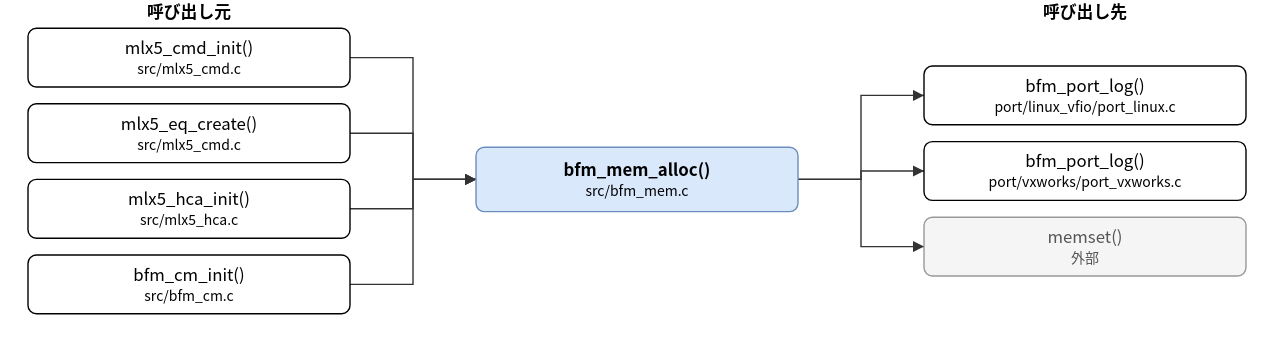
Above: doc/spec/images/call_src_bfm_mem-bfm_mem_alloc.drawio.svg in hf355051012-ai/bfmem (draw.io), before the change. Source tidied: cells renumbered, new cells last; positions are measured from the earlier drawing's top-left corner, leaving out a move shared by most shapes. Source of this version:
```xml
<mxGraphModel>
  <root>
    <mxCell id="0" />
    <mxCell id="1" parent="0" />
    <mxCell id="2" value="bfm_mem_alloc()&lt;br&gt;&lt;font style=&quot;font-size:10px&quot;&gt;src/bfm_mem.c&lt;/font&gt;" style="rounded=1;whiteSpace=wrap;html=1;fillColor=#dae8fc;strokeColor=#6c8ebf;fontStyle=1;" parent="1" vertex="1">
      <mxGeometry x="320" y="105" width="230" height="46" as="geometry" />
    </mxCell>
    <mxCell id="3" value="mlx5_cmd_init()&lt;br&gt;&lt;font style=&quot;font-size:10px&quot;&gt;src/mlx5_cmd.c&lt;/font&gt;" style="rounded=1;whiteSpace=wrap;html=1;" parent="1" vertex="1">
      <mxGeometry y="20" width="230" height="42" as="geometry" />
    </mxCell>
    <mxCell id="4" value="mlx5_eq_create()&lt;br&gt;&lt;font style=&quot;font-size:10px&quot;&gt;src/mlx5_cmd.c&lt;/font&gt;" style="rounded=1;whiteSpace=wrap;html=1;" parent="1" vertex="1">
      <mxGeometry y="74" width="230" height="42" as="geometry" />
    </mxCell>
    <mxCell id="5" value="mlx5_hca_init()&lt;br&gt;&lt;font style=&quot;font-size:10px&quot;&gt;src/mlx5_hca.c&lt;/font&gt;" style="rounded=1;whiteSpace=wrap;html=1;" parent="1" vertex="1">
      <mxGeometry y="128" width="230" height="42" as="geometry" />
    </mxCell>
    <mxCell id="6" value="bfm_cm_init()&lt;br&gt;&lt;font style=&quot;font-size:10px&quot;&gt;src/bfm_cm.c&lt;/font&gt;" style="rounded=1;whiteSpace=wrap;html=1;" parent="1" vertex="1">
      <mxGeometry y="182" width="230" height="42" as="geometry" />
    </mxCell>
    <mxCell id="7" value="bfm_port_log()&lt;br&gt;&lt;font style=&quot;font-size:10px&quot;&gt;port/linux_vfio/port_linux.c&lt;/font&gt;" style="rounded=1;whiteSpace=wrap;html=1;" parent="1" vertex="1">
      <mxGeometry x="640" y="47" width="230" height="42" as="geometry" />
    </mxCell>
    <mxCell id="8" value="bfm_port_log()&lt;br&gt;&lt;font style=&quot;font-size:10px&quot;&gt;port/vxworks/port_vxworks.c&lt;/font&gt;" style="rounded=1;whiteSpace=wrap;html=1;" parent="1" vertex="1">
      <mxGeometry x="640" y="101" width="230" height="42" as="geometry" />
    </mxCell>
    <mxCell id="9" value="memset()&lt;br&gt;&lt;font style=&quot;font-size:10px&quot;&gt;外部&lt;/font&gt;" style="rounded=1;whiteSpace=wrap;html=1;fillColor=#f5f5f5;strokeColor=#999999;fontColor=#555555;" parent="1" vertex="1">
      <mxGeometry x="640" y="155" width="230" height="42" as="geometry" />
    </mxCell>
    <mxCell id="10" style="edgeStyle=none;html=1;rounded=0;endArrow=block;endFill=1;exitX=1.0000;exitY=0.5000;exitDx=0;exitDy=0;exitPerimeter=0;entryX=0.0000;entryY=0.5000;entryDx=0;entryDy=0;entryPerimeter=0;" parent="1" edge="1" source="3" target="2">
      <mxGeometry relative="1" as="geometry">
        <Array as="points">
          <mxPoint x="275" y="41" />
          <mxPoint x="275" y="128" />
        </Array>
      </mxGeometry>
    </mxCell>
    <mxCell id="11" style="edgeStyle=none;html=1;rounded=0;endArrow=block;endFill=1;exitX=1.0000;exitY=0.5000;exitDx=0;exitDy=0;exitPerimeter=0;entryX=0.0000;entryY=0.5000;entryDx=0;entryDy=0;entryPerimeter=0;" parent="1" edge="1" source="4" target="2">
      <mxGeometry relative="1" as="geometry">
        <Array as="points">
          <mxPoint x="275" y="95" />
          <mxPoint x="275" y="128" />
        </Array>
      </mxGeometry>
    </mxCell>
    <mxCell id="12" style="edgeStyle=none;html=1;rounded=0;endArrow=block;endFill=1;exitX=1.0000;exitY=0.5000;exitDx=0;exitDy=0;exitPerimeter=0;entryX=0.0000;entryY=0.5000;entryDx=0;entryDy=0;entryPerimeter=0;" parent="1" edge="1" source="5" target="2">
      <mxGeometry relative="1" as="geometry">
        <Array as="points">
          <mxPoint x="275" y="149" />
          <mxPoint x="275" y="128" />
        </Array>
      </mxGeometry>
    </mxCell>
    <mxCell id="13" style="edgeStyle=none;html=1;rounded=0;endArrow=block;endFill=1;exitX=1.0000;exitY=0.5000;exitDx=0;exitDy=0;exitPerimeter=0;entryX=0.0000;entryY=0.5000;entryDx=0;entryDy=0;entryPerimeter=0;" parent="1" edge="1" source="6" target="2">
      <mxGeometry relative="1" as="geometry">
        <Array as="points">
          <mxPoint x="275" y="203" />
          <mxPoint x="275" y="128" />
        </Array>
      </mxGeometry>
    </mxCell>
    <mxCell id="14" style="edgeStyle=none;html=1;rounded=0;endArrow=block;endFill=1;exitX=1.0000;exitY=0.5000;exitDx=0;exitDy=0;exitPerimeter=0;entryX=0.0000;entryY=0.5000;entryDx=0;entryDy=0;entryPerimeter=0;" parent="1" edge="1" source="2" target="7">
      <mxGeometry relative="1" as="geometry">
        <Array as="points">
          <mxPoint x="595" y="128" />
          <mxPoint x="595" y="68" />
        </Array>
      </mxGeometry>
    </mxCell>
    <mxCell id="15" style="edgeStyle=none;html=1;rounded=0;endArrow=block;endFill=1;exitX=1.0000;exitY=0.5000;exitDx=0;exitDy=0;exitPerimeter=0;entryX=0.0000;entryY=0.5000;entryDx=0;entryDy=0;entryPerimeter=0;" parent="1" edge="1" source="2" target="8">
      <mxGeometry relative="1" as="geometry">
        <Array as="points">
          <mxPoint x="595" y="128" />
          <mxPoint x="595" y="122" />
        </Array>
      </mxGeometry>
    </mxCell>
    <mxCell id="16" style="edgeStyle=none;html=1;rounded=0;endArrow=block;endFill=1;exitX=1.0000;exitY=0.5000;exitDx=0;exitDy=0;exitPerimeter=0;entryX=0.0000;entryY=0.5000;entryDx=0;entryDy=0;entryPerimeter=0;" parent="1" edge="1" source="2" target="9">
      <mxGeometry relative="1" as="geometry">
        <Array as="points">
          <mxPoint x="595" y="128" />
          <mxPoint x="595" y="176" />
        </Array>
      </mxGeometry>
    </mxCell>
    <mxCell id="17" value="呼び出し元" style="text;html=1;align=center;fontStyle=1;" parent="1" vertex="1">
      <mxGeometry x="35" width="160" height="18" as="geometry" />
    </mxCell>
    <mxCell id="18" value="呼び出し先" style="text;html=1;align=center;fontStyle=1;" parent="1" vertex="1">
      <mxGeometry x="675" width="160" height="18" as="geometry" />
    </mxCell>
  </root>
</mxGraphModel>
```
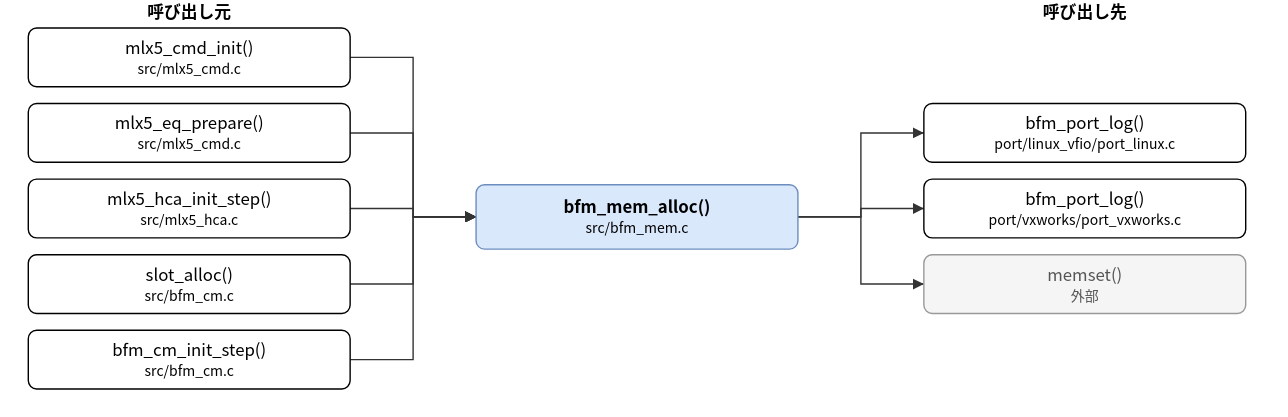
After the commit.

Change to the diagram source:
```diff
@@ -3,34 +3,37 @@
     <mxCell id="0" />
     <mxCell id="1" parent="0" />
     <mxCell id="2" value="bfm_mem_alloc()&lt;br&gt;&lt;font style=&quot;font-size:10px&quot;&gt;src/bfm_mem.c&lt;/font&gt;" style="rounded=1;whiteSpace=wrap;html=1;fillColor=#dae8fc;strokeColor=#6c8ebf;fontStyle=1;" parent="1" vertex="1">
-      <mxGeometry x="320" y="105" width="230" height="46" as="geometry" />
+      <mxGeometry x="320" y="132" width="230" height="46" as="geometry" />
     </mxCell>
     <mxCell id="3" value="mlx5_cmd_init()&lt;br&gt;&lt;font style=&quot;font-size:10px&quot;&gt;src/mlx5_cmd.c&lt;/font&gt;" style="rounded=1;whiteSpace=wrap;html=1;" parent="1" vertex="1">
       <mxGeometry y="20" width="230" height="42" as="geometry" />
     </mxCell>
-    <mxCell id="4" value="mlx5_eq_create()&lt;br&gt;&lt;font style=&quot;font-size:10px&quot;&gt;src/mlx5_cmd.c&lt;/font&gt;" style="rounded=1;whiteSpace=wrap;html=1;" parent="1" vertex="1">
+    <mxCell id="4" value="mlx5_eq_prepare()&lt;br&gt;&lt;font style=&quot;font-size:10px&quot;&gt;src/mlx5_cmd.c&lt;/font&gt;" style="rounded=1;whiteSpace=wrap;html=1;" parent="1" vertex="1">
       <mxGeometry y="74" width="230" height="42" as="geometry" />
     </mxCell>
-    <mxCell id="5" value="mlx5_hca_init()&lt;br&gt;&lt;font style=&quot;font-size:10px&quot;&gt;src/mlx5_hca.c&lt;/font&gt;" style="rounded=1;whiteSpace=wrap;html=1;" parent="1" vertex="1">
+    <mxCell id="5" value="mlx5_hca_init_step()&lt;br&gt;&lt;font style=&quot;font-size:10px&quot;&gt;src/mlx5_hca.c&lt;/font&gt;" style="rounded=1;whiteSpace=wrap;html=1;" parent="1" vertex="1">
       <mxGeometry y="128" width="230" height="42" as="geometry" />
     </mxCell>
-    <mxCell id="6" value="bfm_cm_init()&lt;br&gt;&lt;font style=&quot;font-size:10px&quot;&gt;src/bfm_cm.c&lt;/font&gt;" style="rounded=1;whiteSpace=wrap;html=1;" parent="1" vertex="1">
+    <mxCell id="6" value="slot_alloc()&lt;br&gt;&lt;font style=&quot;font-size:10px&quot;&gt;src/bfm_cm.c&lt;/font&gt;" style="rounded=1;whiteSpace=wrap;html=1;" parent="1" vertex="1">
       <mxGeometry y="182" width="230" height="42" as="geometry" />
     </mxCell>
+    <mxCell id="19" value="bfm_cm_init_step()&lt;br&gt;&lt;font style=&quot;font-size:10px&quot;&gt;src/bfm_cm.c&lt;/font&gt;" style="rounded=1;whiteSpace=wrap;html=1;" parent="1" vertex="1">
+      <mxGeometry y="236" width="230" height="42" as="geometry" />
+    </mxCell>
     <mxCell id="7" value="bfm_port_log()&lt;br&gt;&lt;font style=&quot;font-size:10px&quot;&gt;port/linux_vfio/port_linux.c&lt;/font&gt;" style="rounded=1;whiteSpace=wrap;html=1;" parent="1" vertex="1">
-      <mxGeometry x="640" y="47" width="230" height="42" as="geometry" />
+      <mxGeometry x="640" y="74" width="230" height="42" as="geometry" />
     </mxCell>
     <mxCell id="8" value="bfm_port_log()&lt;br&gt;&lt;font style=&quot;font-size:10px&quot;&gt;port/vxworks/port_vxworks.c&lt;/font&gt;" style="rounded=1;whiteSpace=wrap;html=1;" parent="1" vertex="1">
-      <mxGeometry x="640" y="101" width="230" height="42" as="geometry" />
+      <mxGeometry x="640" y="128" width="230" height="42" as="geometry" />
     </mxCell>
     <mxCell id="9" value="memset()&lt;br&gt;&lt;font style=&quot;font-size:10px&quot;&gt;外部&lt;/font&gt;" style="rounded=1;whiteSpace=wrap;html=1;fillColor=#f5f5f5;strokeColor=#999999;fontColor=#555555;" parent="1" vertex="1">
-      <mxGeometry x="640" y="155" width="230" height="42" as="geometry" />
+      <mxGeometry x="640" y="182" width="230" height="42" as="geometry" />
     </mxCell>
     <mxCell id="10" style="edgeStyle=none;html=1;rounded=0;endArrow=block;endFill=1;exitX=1.0000;exitY=0.5000;exitDx=0;exitDy=0;exitPerimeter=0;entryX=0.0000;entryY=0.5000;entryDx=0;entryDy=0;entryPerimeter=0;" parent="1" edge="1" source="3" target="2">
       <mxGeometry relative="1" as="geometry">
         <Array as="points">
           <mxPoint x="275" y="41" />
-          <mxPoint x="275" y="128" />
+          <mxPoint x="275" y="155" />
         </Array>
       </mxGeometry>
     </mxCell>
@@ -38,7 +41,7 @@
       <mxGeometry relative="1" as="geometry">
         <Array as="points">
           <mxPoint x="275" y="95" />
-          <mxPoint x="275" y="128" />
+          <mxPoint x="275" y="155" />
         </Array>
       </mxGeometry>
     </mxCell>
@@ -46,7 +49,7 @@
       <mxGeometry relative="1" as="geometry">
         <Array as="points">
           <mxPoint x="275" y="149" />
-          <mxPoint x="275" y="128" />
+          <mxPoint x="275" y="155" />
         </Array>
       </mxGeometry>
     </mxCell>
@@ -54,34 +57,42 @@
       <mxGeometry relative="1" as="geometry">
         <Array as="points">
           <mxPoint x="275" y="203" />
-          <mxPoint x="275" y="128" />
+          <mxPoint x="275" y="155" />
         </Array>
       </mxGeometry>
     </mxCell>
-    <mxCell id="14" style="edgeStyle=none;html=1;rounded=0;endArrow=block;endFill=1;exitX=1.0000;exitY=0.5000;exitDx=0;exitDy=0;exitPerimeter=0;entryX=0.0000;entryY=0.5000;entryDx=0;entryDy=0;entryPerimeter=0;" parent="1" edge="1" source="2" target="7">
+    <mxCell id="14" style="edgeStyle=none;html=1;rounded=0;endArrow=block;endFill=1;exitX=1.0000;exitY=0.5000;exitDx=0;exitDy=0;exitPerimeter=0;entryX=0.0000;entryY=0.5000;entryDx=0;entryDy=0;entryPerimeter=0;" parent="1" edge="1" source="19" target="2">
       <mxGeometry relative="1" as="geometry">
         <Array as="points">
-          <mxPoint x="595" y="128" />
-          <mxPoint x="595" y="68" />
+          <mxPoint x="275" y="257" />
+          <mxPoint x="275" y="155" />
         </Array>
       </mxGeometry>
     </mxCell>
-    <mxCell id="15" style="edgeStyle=none;html=1;rounded=0;endArrow=block;endFill=1;exitX=1.0000;exitY=0.5000;exitDx=0;exitDy=0;exitPerimeter=0;entryX=0.0000;entryY=0.5000;entryDx=0;entryDy=0;entryPerimeter=0;" parent="1" edge="1" source="2" target="8">
+    <mxCell id="15" style="edgeStyle=none;html=1;rounded=0;endArrow=block;endFill=1;exitX=1.0000;exitY=0.5000;exitDx=0;exitDy=0;exitPerimeter=0;entryX=0.0000;entryY=0.5000;entryDx=0;entryDy=0;entryPerimeter=0;" parent="1" edge="1" source="2" target="7">
       <mxGeometry relative="1" as="geometry">
         <Array as="points">
-          <mxPoint x="595" y="128" />
-          <mxPoint x="595" y="122" />
+          <mxPoint x="595" y="155" />
+          <mxPoint x="595" y="95" />
         </Array>
       </mxGeometry>
     </mxCell>
-    <mxCell id="16" style="edgeStyle=none;html=1;rounded=0;endArrow=block;endFill=1;exitX=1.0000;exitY=0.5000;exitDx=0;exitDy=0;exitPerimeter=0;entryX=0.0000;entryY=0.5000;entryDx=0;entryDy=0;entryPerimeter=0;" parent="1" edge="1" source="2" target="9">
+    <mxCell id="16" style="edgeStyle=none;html=1;rounded=0;endArrow=block;endFill=1;exitX=1.0000;exitY=0.5000;exitDx=0;exitDy=0;exitPerimeter=0;entryX=0.0000;entryY=0.5000;entryDx=0;entryDy=0;entryPerimeter=0;" parent="1" edge="1" source="2" target="8">
       <mxGeometry relative="1" as="geometry">
         <Array as="points">
-          <mxPoint x="595" y="128" />
-          <mxPoint x="595" y="176" />
+          <mxPoint x="595" y="155" />
+          <mxPoint x="595" y="149" />
         </Array>
       </mxGeometry>
     </mxCell>
+    <mxCell id="20" style="edgeStyle=none;html=1;rounded=0;endArrow=block;endFill=1;exitX=1.0000;exitY=0.5000;exitDx=0;exitDy=0;exitPerimeter=0;entryX=0.0000;entryY=0.5000;entryDx=0;entryDy=0;entryPerimeter=0;" parent="1" edge="1" source="2" target="9">
+      <mxGeometry relative="1" as="geometry">
+        <Array as="points">
+          <mxPoint x="595" y="155" />
+          <mxPoint x="595" y="203" />
+        </Array>
+      </mxGeometry>
+    </mxCell>
     <mxCell id="17" value="呼び出し元" style="text;html=1;align=center;fontStyle=1;" parent="1" vertex="1">
       <mxGeometry x="35" width="160" height="18" as="geometry" />
     </mxCell>
```
